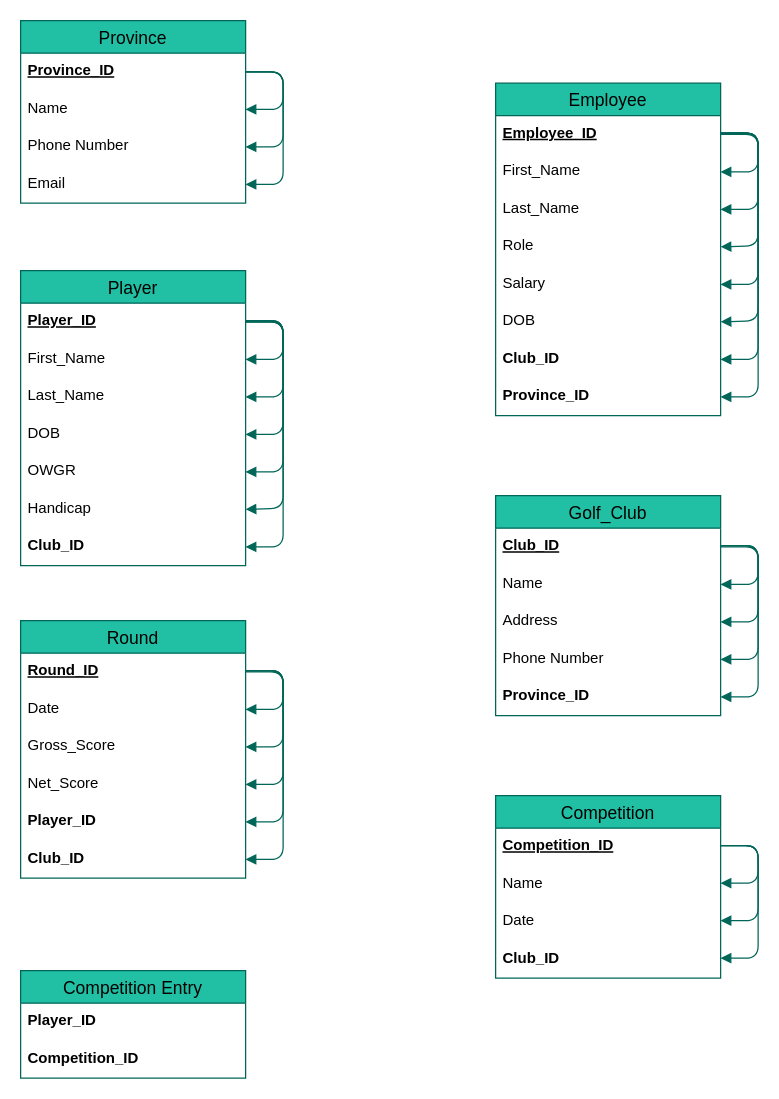
johnmarksinclair/College keeps this draw.io diagram as page "Dependancy" (4 of 4) of 3rd Year/Info Management II/Project/All Diagrams.drawio. Above is the earlier version. Source tidied: cells renumbered, new cells numbered last; positions are measured from the earlier drawing's top-left corner, leaving out a move shared by most shapes. Both pictures are drawn from the tidied source at 125%, with x=0, y=0 at pixel (20, 20).
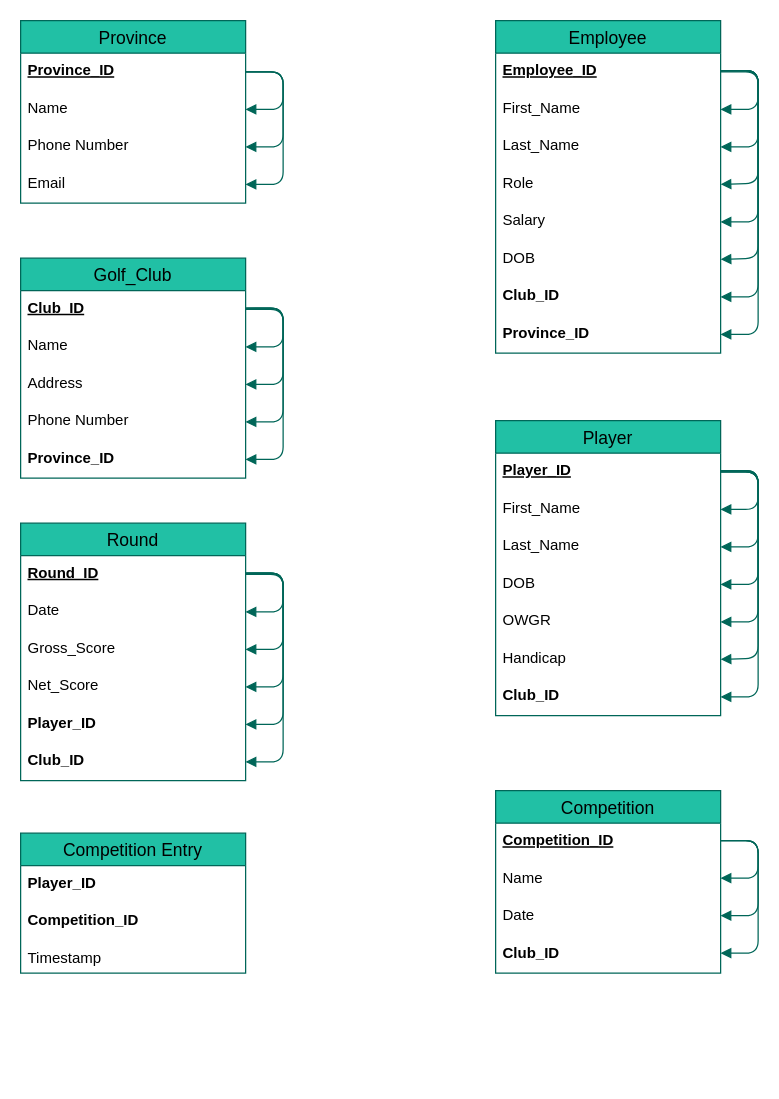
The same page after the edit.

The change refers to these unchanged cells:
```xml
<mxCell id="8" value="Last_Name" style="text;strokeColor=none;fillColor=none;spacingLeft=4;spacingRight=4;overflow=hidden;points=[[0,0.5],[1,0.5]];portConstraint=eastwest;fontSize=12;" parent="5" vertex="1">
  <mxGeometry y="86" width="180" height="30" as="geometry" />
</mxCell>
<mxCell id="9" value="DOB" style="text;strokeColor=none;fillColor=none;spacingLeft=4;spacingRight=4;overflow=hidden;points=[[0,0.5],[1,0.5]];portConstraint=eastwest;fontSize=12;rounded=0;sketch=0;" parent="5" vertex="1">
  <mxGeometry y="116" width="180" height="30" as="geometry" />
</mxCell>
<mxCell id="12" value="Club_ID" style="text;strokeColor=none;fillColor=none;spacingLeft=4;spacingRight=4;overflow=hidden;points=[[0,0.5],[1,0.5]];portConstraint=eastwest;fontSize=12;rounded=0;sketch=0;fontStyle=1;" parent="5" vertex="1">
  <mxGeometry y="206" width="180" height="30" as="geometry" />
</mxCell>
<mxCell id="30" value="Gross_Score" style="text;strokeColor=none;fillColor=none;spacingLeft=4;spacingRight=4;overflow=hidden;points=[[0,0.5],[1,0.5]];portConstraint=eastwest;fontSize=12;" parent="27" vertex="1">
  <mxGeometry y="86" width="180" height="30" as="geometry" />
</mxCell>
<mxCell id="31" value="Net_Score" style="text;strokeColor=none;fillColor=none;spacingLeft=4;spacingRight=4;overflow=hidden;points=[[0,0.5],[1,0.5]];portConstraint=eastwest;fontSize=12;rounded=0;sketch=0;" parent="27" vertex="1">
  <mxGeometry y="116" width="180" height="30" as="geometry" />
</mxCell>
<mxCell id="33" value="Club_ID" style="text;strokeColor=none;fillColor=none;spacingLeft=4;spacingRight=4;overflow=hidden;points=[[0,0.5],[1,0.5]];portConstraint=eastwest;fontSize=12;rounded=0;labelBackgroundColor=none;sketch=0;fontStyle=1;" parent="27" vertex="1">
  <mxGeometry y="176" width="180" height="30" as="geometry" />
</mxCell>
<mxCell id="38" value="First_Name" style="text;strokeColor=none;fillColor=none;spacingLeft=4;spacingRight=4;overflow=hidden;points=[[0,0.5],[1,0.5]];portConstraint=eastwest;fontSize=12;" parent="36" vertex="1">
  <mxGeometry y="56" width="180" height="30" as="geometry" />
</mxCell>
<mxCell id="39" value="Last_Name" style="text;strokeColor=none;fillColor=none;spacingLeft=4;spacingRight=4;overflow=hidden;points=[[0,0.5],[1,0.5]];portConstraint=eastwest;fontSize=12;rounded=0;sketch=0;" parent="36" vertex="1">
  <mxGeometry y="86" width="180" height="30" as="geometry" />
</mxCell>
<mxCell id="43" value="Club_ID" style="text;strokeColor=none;fillColor=none;spacingLeft=4;spacingRight=4;overflow=hidden;points=[[0,0.5],[1,0.5]];portConstraint=eastwest;fontSize=12;fontStyle=1;" parent="36" vertex="1">
  <mxGeometry y="206" width="180" height="30" as="geometry" />
</mxCell>
<mxCell id="44" value="Province_ID" style="text;strokeColor=none;fillColor=none;spacingLeft=4;spacingRight=4;overflow=hidden;points=[[0,0.5],[1,0.5]];portConstraint=eastwest;fontSize=12;rounded=0;labelBackgroundColor=none;sketch=0;fontStyle=1;" parent="36" vertex="1">
  <mxGeometry y="236" width="180" height="30" as="geometry" />
</mxCell>
```

What changed in the source:
```diff
@@
     <mxCell id="2" value="Competition Entry" style="swimlane;fontStyle=0;horizontal=1;startSize=26;align=center;fontSize=14;rounded=0;sketch=0;strokeColor=#006658;fillColor=#21C0A5;" parent="1" vertex="1">
-      <mxGeometry y="760" width="180" height="86" as="geometry" />
+      <mxGeometry y="650" width="180" height="112" as="geometry" />
     </mxCell>
@@
+    <mxCell id="73" value="Timestamp" style="text;strokeColor=none;fillColor=none;align=left;verticalAlign=top;spacingLeft=4;spacingRight=4;overflow=hidden;" parent="2" vertex="1">
+      <mxGeometry y="86" width="180" height="26" as="geometry" />
+    </mxCell>
     <mxCell id="5" value="Player" style="swimlane;fontStyle=0;horizontal=1;startSize=26;align=center;fontSize=14;rounded=0;sketch=0;strokeColor=#006658;fillColor=#21C0A5;" parent="1" vertex="1">
-      <mxGeometry y="200" width="180" height="236" as="geometry" />
+      <mxGeometry x="380" y="320" width="180" height="236" as="geometry" />
     </mxCell>
@@
     <mxCell id="16" value="Competition" style="swimlane;fontStyle=0;horizontal=1;startSize=26;align=center;fontSize=14;rounded=0;sketch=0;strokeColor=#006658;fillColor=#21C0A5;" parent="1" vertex="1">
-      <mxGeometry x="380" y="620" width="180" height="146" as="geometry" />
+      <mxGeometry x="380" y="616" width="180" height="146" as="geometry" />
     </mxCell>
@@
     <mxCell id="21" value="Golf_Club" style="swimlane;fontStyle=0;horizontal=1;startSize=26;align=center;fontSize=14;rounded=0;sketch=0;strokeColor=#006658;fillColor=#21C0A5;" parent="1" vertex="1">
-      <mxGeometry x="380" y="380" width="180" height="176" as="geometry" />
+      <mxGeometry y="190" width="180" height="176" as="geometry" />
     </mxCell>
@@
     <mxCell id="27" value="Round" style="swimlane;fontStyle=0;horizontal=1;startSize=26;align=center;fontSize=14;rounded=0;sketch=0;strokeColor=#006658;fillColor=#21C0A5;" parent="1" vertex="1">
-      <mxGeometry y="480" width="180" height="206" as="geometry" />
+      <mxGeometry y="402" width="180" height="206" as="geometry" />
     </mxCell>
@@
     <mxCell id="36" value="Employee" style="swimlane;fontStyle=0;horizontal=1;startSize=26;align=center;fontSize=14;rounded=0;sketch=0;strokeColor=#006658;fillColor=#21C0A5;" parent="1" vertex="1">
-      <mxGeometry x="380" y="50" width="180" height="266" as="geometry" />
+      <mxGeometry x="380" width="180" height="266" as="geometry" />
     </mxCell>
@@
     <mxCell id="56" style="endArrow=block;html=1;strokeColor=#006658;fillColor=#21C0A5;fontSize=14;edgeStyle=orthogonalEdgeStyle;startArrow=none;startFill=0;endFill=1;entryX=1;entryY=0.5;entryDx=0;entryDy=0;" parent="1" edge="1" target="8">
       <mxGeometry relative="1" as="geometry">
-        <mxPoint x="180" y="240" as="sourcePoint" />
+        <mxPoint x="560" y="360" as="sourcePoint" />
         <Array as="points">
-          <mxPoint x="210" y="240" />
-          <mxPoint x="210" y="301" />
+          <mxPoint x="590" y="360" />
+          <mxPoint x="590" y="421" />
         </Array>
       </mxGeometry>
     </mxCell>
     <mxCell id="57" style="endArrow=block;html=1;strokeColor=#006658;fillColor=#21C0A5;fontSize=14;edgeStyle=orthogonalEdgeStyle;startArrow=none;startFill=0;endFill=1;entryX=1;entryY=0.5;entryDx=0;entryDy=0;" parent="1" edge="1" target="9">
       <mxGeometry relative="1" as="geometry">
-        <mxPoint x="180" y="240" as="sourcePoint" />
+        <mxPoint x="560" y="360" as="sourcePoint" />
         <Array as="points">
-          <mxPoint x="210" y="240" />
-          <mxPoint x="210" y="331" />
+          <mxPoint x="590" y="360" />
+          <mxPoint x="590" y="451" />
         </Array>
       </mxGeometry>
     </mxCell>
     <mxCell id="58" style="endArrow=block;html=1;strokeColor=#006658;fillColor=#21C0A5;fontSize=14;edgeStyle=orthogonalEdgeStyle;startArrow=none;startFill=0;endFill=1;entryX=1;entryY=0.5;entryDx=0;entryDy=0;" parent="1" edge="1" target="12">
       <mxGeometry relative="1" as="geometry">
-        <mxPoint x="180" y="240" as="sourcePoint" />
+        <mxPoint x="560" y="360" as="sourcePoint" />
         <Array as="points">
-          <mxPoint x="210" y="240" />
-          <mxPoint x="210" y="421" />
+          <mxPoint x="590" y="360" />
+          <mxPoint x="590" y="541" />
         </Array>
       </mxGeometry>
     </mxCell>
     <mxCell id="59" style="endArrow=block;html=1;strokeColor=#006658;fillColor=#21C0A5;fontSize=14;edgeStyle=orthogonalEdgeStyle;startArrow=none;startFill=0;endFill=1;entryX=1;entryY=0.5;entryDx=0;entryDy=0;" parent="1" edge="1" target="33">
       <mxGeometry relative="1" as="geometry">
-        <mxPoint x="180" y="520" as="sourcePoint" />
+        <mxPoint x="180" y="442" as="sourcePoint" />
         <Array as="points">
-          <mxPoint x="210" y="520" />
-          <mxPoint x="210" y="671" />
+          <mxPoint x="210" y="442" />
+          <mxPoint x="210" y="593" />
         </Array>
       </mxGeometry>
     </mxCell>
     <mxCell id="60" style="endArrow=block;html=1;strokeColor=#006658;fillColor=#21C0A5;fontSize=14;edgeStyle=orthogonalEdgeStyle;startArrow=none;startFill=0;endFill=1;entryX=1;entryY=0.5;entryDx=0;entryDy=0;" parent="1" edge="1" target="31">
       <mxGeometry relative="1" as="geometry">
-        <mxPoint x="180" y="520" as="sourcePoint" />
+        <mxPoint x="180" y="442" as="sourcePoint" />
         <Array as="points">
-          <mxPoint x="210" y="520" />
-          <mxPoint x="210" y="611" />
+          <mxPoint x="210" y="442" />
+          <mxPoint x="210" y="533" />
         </Array>
       </mxGeometry>
     </mxCell>
     <mxCell id="61" style="endArrow=block;html=1;strokeColor=#006658;fillColor=#21C0A5;fontSize=14;edgeStyle=orthogonalEdgeStyle;startArrow=none;startFill=0;endFill=1;entryX=1;entryY=0.5;entryDx=0;entryDy=0;" parent="1" edge="1" target="30">
       <mxGeometry relative="1" as="geometry">
-        <mxPoint x="180" y="520" as="sourcePoint" />
+        <mxPoint x="180" y="442" as="sourcePoint" />
         <Array as="points">
-          <mxPoint x="210" y="520" />
-          <mxPoint x="210" y="581" />
+          <mxPoint x="210" y="442" />
+          <mxPoint x="210" y="503" />
         </Array>
       </mxGeometry>
     </mxCell>
     <mxCell id="62" style="endArrow=block;html=1;strokeColor=#006658;fillColor=#21C0A5;fontSize=14;edgeStyle=orthogonalEdgeStyle;startArrow=none;startFill=0;endFill=1;entryX=1;entryY=0.5;entryDx=0;entryDy=0;" parent="1" edge="1" target="39">
       <mxGeometry relative="1" as="geometry">
-        <mxPoint x="560" y="90" as="sourcePoint" />
+        <mxPoint x="560" y="40" as="sourcePoint" />
         <Array as="points">
-          <mxPoint x="590" y="90" />
-          <mxPoint x="590" y="151" />
+          <mxPoint x="590" y="40" />
+          <mxPoint x="590" y="101" />
         </Array>
       </mxGeometry>
     </mxCell>
     <mxCell id="63" style="endArrow=block;html=1;strokeColor=#006658;fillColor=#21C0A5;fontSize=14;edgeStyle=orthogonalEdgeStyle;startArrow=none;startFill=0;endFill=1;entryX=1;entryY=0.5;entryDx=0;entryDy=0;" parent="1" edge="1" target="38">
       <mxGeometry relative="1" as="geometry">
-        <mxPoint x="560" y="90" as="sourcePoint" />
+        <mxPoint x="560" y="40" as="sourcePoint" />
         <Array as="points">
-          <mxPoint x="590" y="90" />
-          <mxPoint x="590" y="121" />
+          <mxPoint x="590" y="40" />
+          <mxPoint x="590" y="71" />
         </Array>
       </mxGeometry>
     </mxCell>
     <mxCell id="64" style="endArrow=block;html=1;strokeColor=#006658;fillColor=#21C0A5;fontSize=14;edgeStyle=orthogonalEdgeStyle;startArrow=none;startFill=0;endFill=1;entryX=1;entryY=0.5;entryDx=0;entryDy=0;" parent="1" edge="1" target="43">
       <mxGeometry relative="1" as="geometry">
-        <mxPoint x="560" y="90" as="sourcePoint" />
+        <mxPoint x="560" y="40" as="sourcePoint" />
         <Array as="points">
-          <mxPoint x="590" y="90" />
-          <mxPoint x="590" y="271" />
+          <mxPoint x="590" y="40" />
+          <mxPoint x="590" y="221" />
         </Array>
       </mxGeometry>
     </mxCell>
     <mxCell id="65" style="endArrow=block;html=1;strokeColor=#006658;fillColor=#21C0A5;fontSize=14;edgeStyle=orthogonalEdgeStyle;startArrow=none;startFill=0;endFill=1;entryX=1;entryY=0.5;entryDx=0;entryDy=0;" parent="1" edge="1" target="44">
       <mxGeometry relative="1" as="geometry">
-        <mxPoint x="560" y="90" as="sourcePoint" />
+        <mxPoint x="560" y="40" as="sourcePoint" />
         <Array as="points">
-          <mxPoint x="590" y="90" />
-          <mxPoint x="590" y="301" />
+          <mxPoint x="590" y="40" />
+          <mxPoint x="590" y="251" />
         </Array>
       </mxGeometry>
     </mxCell>
     <mxCell id="66" style="endArrow=block;html=1;strokeColor=#006658;fillColor=#21C0A5;fontSize=14;exitX=1;exitY=0.5;exitDx=0;exitDy=0;edgeStyle=orthogonalEdgeStyle;startArrow=none;startFill=0;endFill=1;entryX=1;entryY=0.5;entryDx=0;entryDy=0;" parent="1" edge="1">
       <mxGeometry relative="1" as="geometry">
-        <mxPoint x="560" y="421" as="sourcePoint" />
-        <mxPoint x="560" y="451" as="targetPoint" />
+        <mxPoint x="180" y="231" as="sourcePoint" />
+        <mxPoint x="180" y="261" as="targetPoint" />
         <Array as="points">
-          <mxPoint x="560" y="420" />
-          <mxPoint x="590" y="420" />
-          <mxPoint x="590" y="451" />
+          <mxPoint x="180" y="230" />
+          <mxPoint x="210" y="230" />
+          <mxPoint x="210" y="261" />
         </Array>
       </mxGeometry>
     </mxCell>
     <mxCell id="67" style="endArrow=block;html=1;strokeColor=#006658;fillColor=#21C0A5;fontSize=14;exitX=1;exitY=0.5;exitDx=0;exitDy=0;edgeStyle=orthogonalEdgeStyle;startArrow=none;startFill=0;endFill=1;entryX=1;entryY=0.5;entryDx=0;entryDy=0;" parent="1" edge="1">
       <mxGeometry relative="1" as="geometry">
-        <mxPoint x="560" y="421" as="sourcePoint" />
-        <mxPoint x="560" y="541" as="targetPoint" />
+        <mxPoint x="180" y="231" as="sourcePoint" />
+        <mxPoint x="180" y="351" as="targetPoint" />
         <Array as="points">
-          <mxPoint x="590" y="421" />
-          <mxPoint x="590" y="541" />
+          <mxPoint x="210" y="231" />
+          <mxPoint x="210" y="351" />
         </Array>
       </mxGeometry>
     </mxCell>
     <mxCell id="68" style="endArrow=block;html=1;strokeColor=#006658;fillColor=#21C0A5;fontSize=14;edgeStyle=orthogonalEdgeStyle;startArrow=none;startFill=0;endFill=1;entryX=1;entryY=0.5;entryDx=0;entryDy=0;" parent="1" edge="1">
       <mxGeometry relative="1" as="geometry">
-        <mxPoint x="560" y="420" as="sourcePoint" />
-        <mxPoint x="560" y="511" as="targetPoint" />
+        <mxPoint x="180" y="230" as="sourcePoint" />
+        <mxPoint x="180" y="321" as="targetPoint" />
         <Array as="points">
-          <mxPoint x="590" y="420" />
-          <mxPoint x="590" y="511" />
+          <mxPoint x="210" y="230" />
+          <mxPoint x="210" y="321" />
         </Array>
       </mxGeometry>
     </mxCell>
     <mxCell id="69" style="endArrow=block;html=1;strokeColor=#006658;fillColor=#21C0A5;fontSize=14;edgeStyle=orthogonalEdgeStyle;startArrow=none;startFill=0;endFill=1;entryX=1;entryY=0.5;entryDx=0;entryDy=0;" parent="1" edge="1">
       <mxGeometry relative="1" as="geometry">
-        <mxPoint x="560" y="420" as="sourcePoint" />
-        <mxPoint x="560" y="481" as="targetPoint" />
+        <mxPoint x="180" y="230" as="sourcePoint" />
+        <mxPoint x="180" y="291" as="targetPoint" />
         <Array as="points">
-          <mxPoint x="590" y="420" />
-          <mxPoint x="590" y="481" />
+          <mxPoint x="210" y="230" />
+          <mxPoint x="210" y="291" />
         </Array>
       </mxGeometry>
     </mxCell>
     <mxCell id="70" style="endArrow=block;html=1;strokeColor=#006658;fillColor=#21C0A5;fontSize=14;exitX=1;exitY=0.5;exitDx=0;exitDy=0;edgeStyle=orthogonalEdgeStyle;startArrow=none;startFill=0;endFill=1;entryX=1;entryY=0.5;entryDx=0;entryDy=0;" parent="1" edge="1">
       <mxGeometry relative="1" as="geometry">
-        <mxPoint x="560" y="660" as="sourcePoint" />
-        <mxPoint x="560" y="690" as="targetPoint" />
+        <mxPoint x="560" y="656" as="sourcePoint" />
+        <mxPoint x="560" y="686" as="targetPoint" />
         <Array as="points">
-          <mxPoint x="590" y="660" />
-          <mxPoint x="590" y="690" />
+          <mxPoint x="590" y="656" />
+          <mxPoint x="590" y="686" />
         </Array>
       </mxGeometry>
     </mxCell>
     <mxCell id="71" style="endArrow=block;html=1;strokeColor=#006658;fillColor=#21C0A5;fontSize=14;exitX=1;exitY=0.5;exitDx=0;exitDy=0;edgeStyle=orthogonalEdgeStyle;startArrow=none;startFill=0;endFill=1;entryX=1;entryY=0.5;entryDx=0;entryDy=0;" parent="1" edge="1">
       <mxGeometry relative="1" as="geometry">
-        <mxPoint x="560" y="660" as="sourcePoint" />
-        <mxPoint x="560" y="720" as="targetPoint" />
+        <mxPoint x="560" y="656" as="sourcePoint" />
+        <mxPoint x="560" y="716" as="targetPoint" />
         <Array as="points">
-          <mxPoint x="590" y="660" />
-          <mxPoint x="590" y="720" />
+          <mxPoint x="590" y="656" />
+          <mxPoint x="590" y="716" />
         </Array>
       </mxGeometry>
     </mxCell>
     <mxCell id="72" style="endArrow=block;html=1;strokeColor=#006658;fillColor=#21C0A5;fontSize=14;exitX=1;exitY=0.5;exitDx=0;exitDy=0;edgeStyle=orthogonalEdgeStyle;startArrow=none;startFill=0;endFill=1;entryX=1;entryY=0.5;entryDx=0;entryDy=0;" parent="1" edge="1">
       <mxGeometry relative="1" as="geometry">
-        <mxPoint x="560" y="660" as="sourcePoint" />
-        <mxPoint x="560" y="750" as="targetPoint" />
+        <mxPoint x="560" y="656" as="sourcePoint" />
+        <mxPoint x="560" y="746" as="targetPoint" />
         <Array as="points">
-          <mxPoint x="590" y="660" />
-          <mxPoint x="590" y="750" />
+          <mxPoint x="590" y="656" />
+          <mxPoint x="590" y="746" />
         </Array>
       </mxGeometry>
     </mxCell>
```
